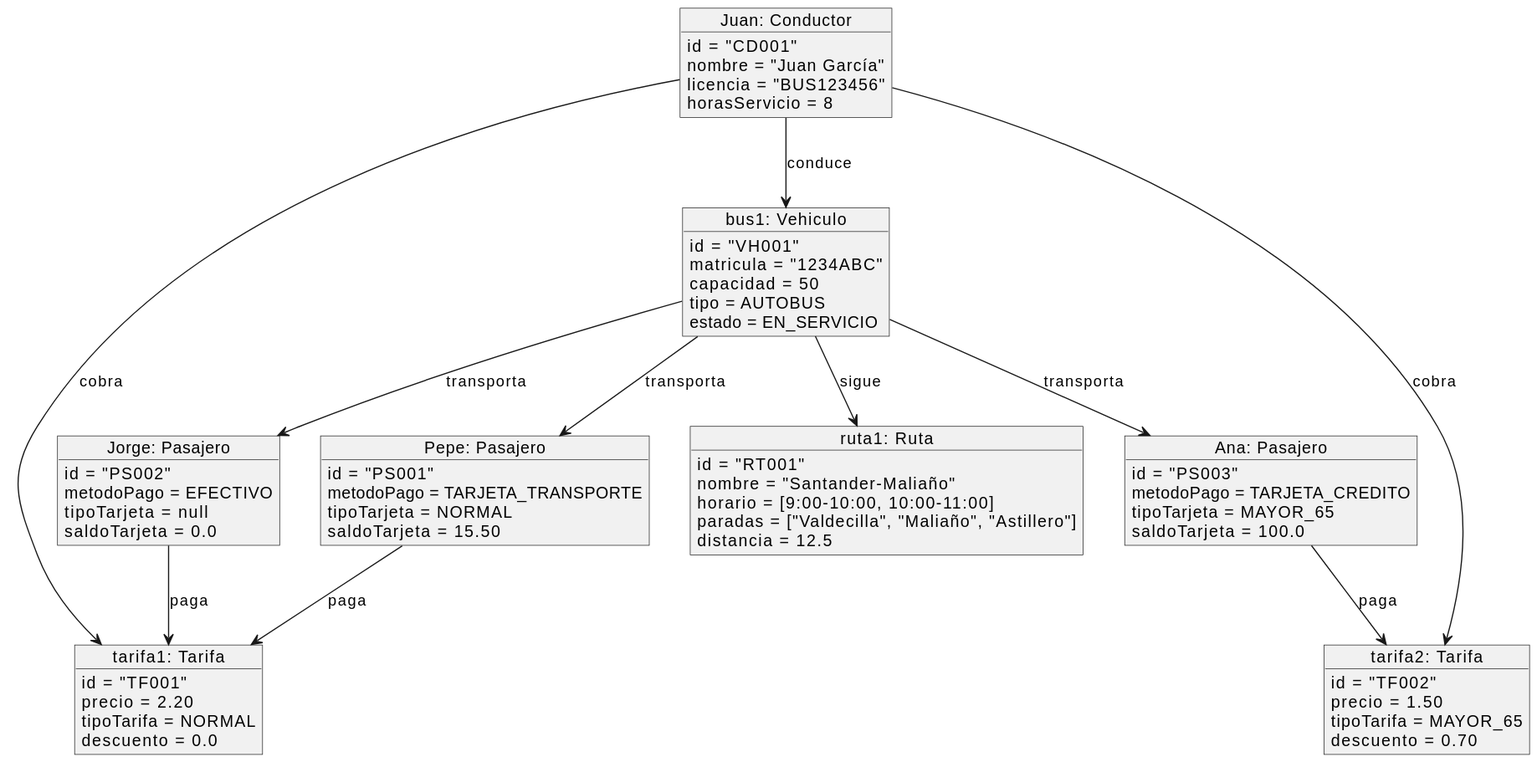
Before: images/diagramaObjetosMejorado.svg, a diagram exported from PlantUML (Ingenieria-Informatica-UNEATLANTICO/app-actividad-post-parcial-ceesargaarcia). The source it was exported from:
```plantuml
@startuml
object "bus1: Vehiculo" as bus1 {
    id = "VH001"
    matricula = "1234ABC"
    capacidad = 50
    tipo = AUTOBUS
    estado = EN_SERVICIO
}

object "Juan: Conductor" as conductor1 {
    id = "CD001"
    nombre = "Juan García"
    licencia = "BUS123456"
    horasServicio = 8
}

object "Pepe: Pasajero" as pasajero1 {
    id = "PS001"
    metodoPago = TARJETA_TRANSPORTE
    tipoTarjeta = NORMAL
    saldoTarjeta = 15.50
}

object "Jorge: Pasajero" as pasajero2 {
    id = "PS002"
    metodoPago = EFECTIVO
    tipoTarjeta = null
    saldoTarjeta = 0.0
}

object "Ana: Pasajero" as pasajero3 {
    id = "PS003"
    metodoPago = TARJETA_CREDITO
    tipoTarjeta = MAYOR_65
    saldoTarjeta = 100.0
}

object "ruta1: Ruta" as ruta1 {
    id = "RT001"
    nombre = "Santander-Maliaño"
    horario = [9:00-10:00, 10:00-11:00]
    paradas = ["Valdecilla", "Maliaño", "Astillero"]
    distancia = 12.5
}

object "tarifa1: Tarifa" as tarifa1 {
    id = "TF001"
    precio = 2.20
    tipoTarifa = NORMAL
    descuento = 0.0
}

object "tarifa2: Tarifa" as tarifa2 {
    id = "TF002"
    precio = 1.50
    tipoTarifa = MAYOR_65
    descuento = 0.70
}

conductor1 --> bus1 : conduce
bus1 --> ruta1 : sigue
bus1 --> pasajero1 : transporta
bus1 --> pasajero2 : transporta
bus1 --> pasajero3 : transporta
conductor1 --> tarifa1 : cobra
conductor1 --> tarifa2 : cobra
pasajero1 --> tarifa1 : paga
pasajero2 --> tarifa1 : paga
pasajero3 --> tarifa2 : paga
@enduml
```
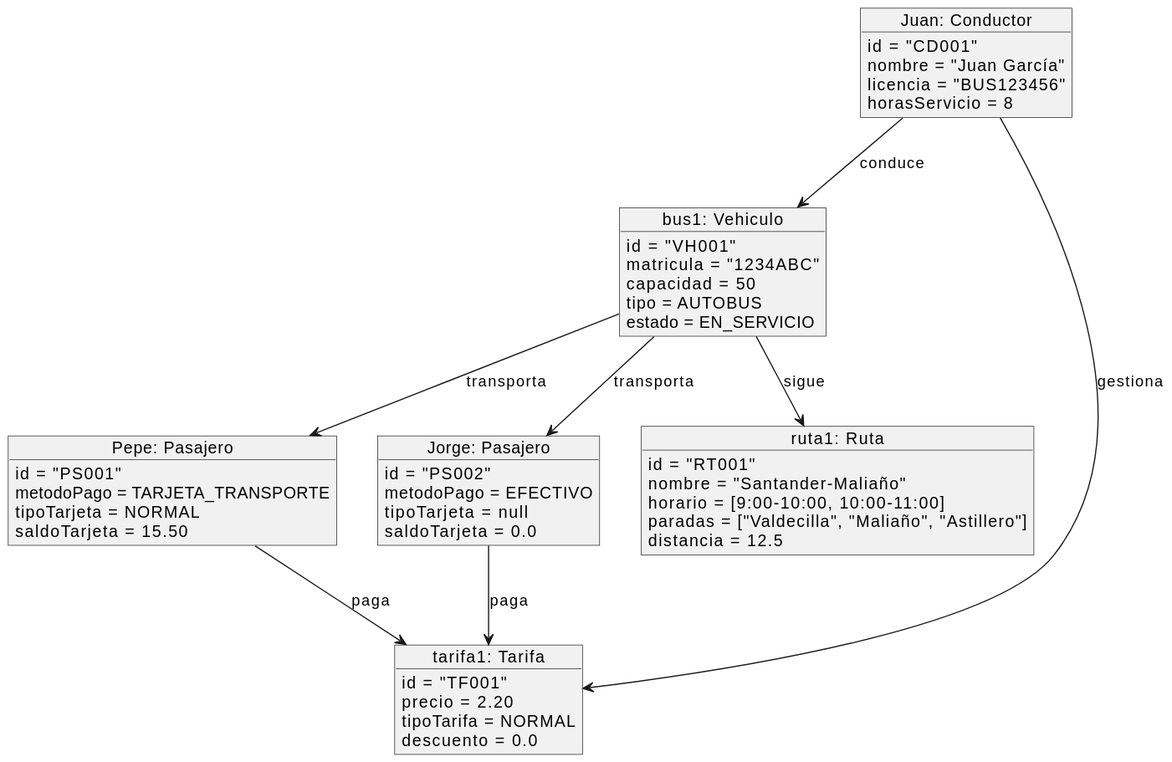
After the change.

Commit message:
diagramas mejorados

The edit, as a diff of the source:
```diff
@@ -28,13 +28,6 @@
     saldoTarjeta = 0.0
 }
 
-object "Ana: Pasajero" as pasajero3 {
-    id = "PS003"
-    metodoPago = TARJETA_CREDITO
-    tipoTarjeta = MAYOR_65
-    saldoTarjeta = 100.0
-}
-
 object "ruta1: Ruta" as ruta1 {
     id = "RT001"
     nombre = "Santander-Maliaño"
@@ -50,21 +43,11 @@
     descuento = 0.0
 }
 
-object "tarifa2: Tarifa" as tarifa2 {
-    id = "TF002"
-    precio = 1.50
-    tipoTarifa = MAYOR_65
-    descuento = 0.70
-}
-
 conductor1 --> bus1 : conduce
 bus1 --> ruta1 : sigue
 bus1 --> pasajero1 : transporta
 bus1 --> pasajero2 : transporta
-bus1 --> pasajero3 : transporta
-conductor1 --> tarifa1 : cobra
-conductor1 --> tarifa2 : cobra
+conductor1 --> tarifa1 : gestiona
 pasajero1 --> tarifa1 : paga
 pasajero2 --> tarifa1 : paga
-pasajero3 --> tarifa2 : paga
 @enduml
```
